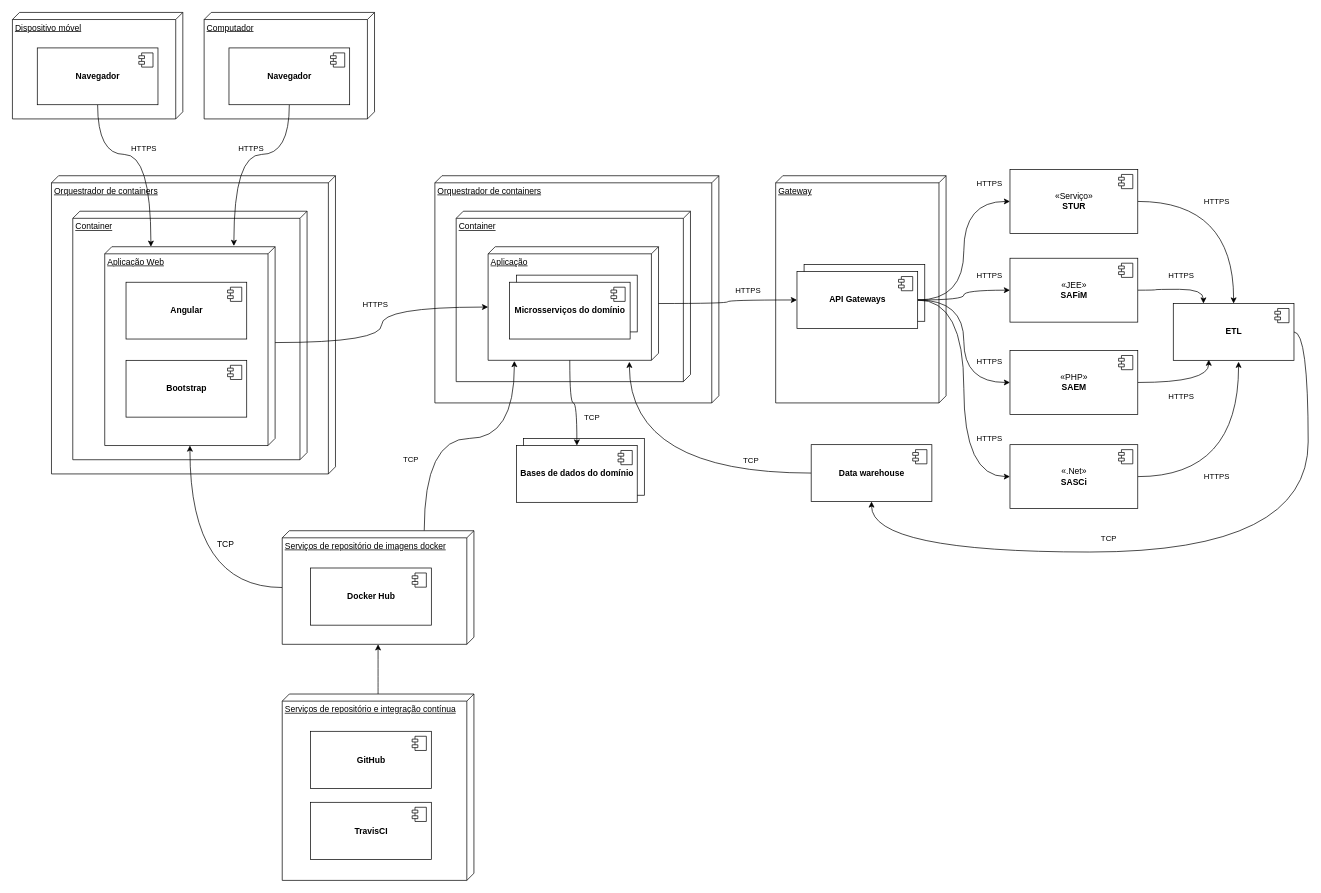
The draw.io diagram diagrama-de-implantacao.drawio in sgm-poc/sgm-diagramas, before the edit. Source tidied: cells renumbered, new cells numbered last; positions are measured from the earlier drawing's top-left corner, leaving out a move shared by most shapes. Both pictures are drawn from the tidied source at 71%, with x=0, y=0 at pixel (12, 12).
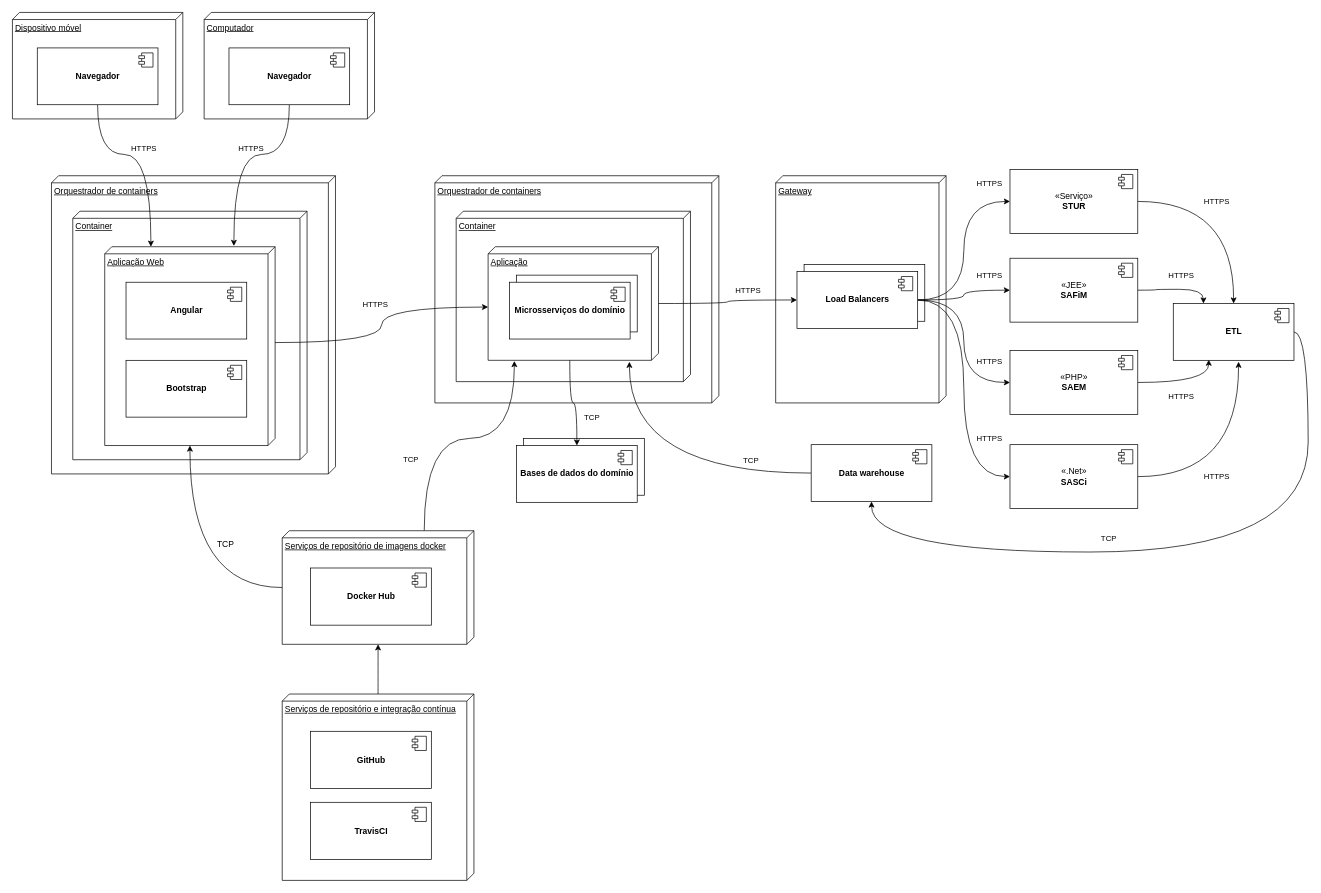
After the change.

Diff of the diagram source:
```diff
@@
-    <mxCell id="36" value="&lt;b&gt;API Gateways&lt;/b&gt;" style="html=1;" parent="1" vertex="1">
+    <mxCell id="36" value="&lt;b&gt;Load Balancers&lt;/b&gt;" style="html=1;" parent="1" vertex="1">
       <mxGeometry x="1105" y="365" width="170" height="80" as="geometry" />
     </mxCell>
```
